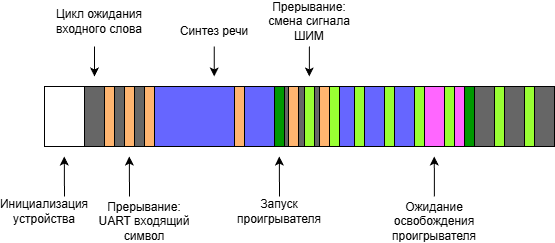
Before: cource-papers/mps/рпз/материалы/mps-Временная диаграмма использования процессорного времени.drawio.png, a diagram exported from draw.io (vzalygin/bmstu-ics6). Source tidied: cells renumbered, new cells last; positions are measured from the earlier drawing's top-left corner, leaving out a move shared by most shapes. The source it was exported from:
```xml
<mxGraphModel>
  <root>
    <mxCell id="0" />
    <mxCell id="1" parent="0" />
    <mxCell id="2" style="rounded=0;whiteSpace=wrap;html=1;fillColor=#666666;" parent="1" vertex="1">
      <mxGeometry x="40" y="80" width="510" height="60" as="geometry" />
    </mxCell>
    <mxCell id="3" style="rounded=0;whiteSpace=wrap;html=1;fillColor=#FFB570;" parent="1" vertex="1">
      <mxGeometry x="100" y="80" width="10" height="60" as="geometry" />
    </mxCell>
    <mxCell id="4" style="rounded=0;whiteSpace=wrap;html=1;fillColor=#FFB570;" parent="1" vertex="1">
      <mxGeometry x="120" y="80" width="10" height="60" as="geometry" />
    </mxCell>
    <mxCell id="5" style="endArrow=classic;html=1;rounded=0;" parent="1" edge="1">
      <mxGeometry relative="1" as="geometry">
        <mxPoint x="125" y="190" as="sourcePoint" />
        <mxPoint x="124.8" y="150" as="targetPoint" />
      </mxGeometry>
    </mxCell>
    <mxCell id="6" value="Прерывание: UART входящий символ" style="text;html=1;whiteSpace=wrap;strokeColor=none;fillColor=none;align=center;verticalAlign=middle;rounded=0;" parent="1" vertex="1">
      <mxGeometry x="90" y="200" width="100" height="30" as="geometry" />
    </mxCell>
    <mxCell id="7" style="rounded=0;whiteSpace=wrap;html=1;fillColor=#FFFFFF;" parent="1" vertex="1">
      <mxGeometry x="40" y="80" width="40" height="60" as="geometry" />
    </mxCell>
    <mxCell id="8" style="endArrow=classic;html=1;rounded=0;exitX=0.75;exitY=0;exitDx=0;exitDy=0;" parent="1" edge="1" source="9">
      <mxGeometry relative="1" as="geometry">
        <mxPoint x="59.8" y="150" as="targetPoint" />
      </mxGeometry>
    </mxCell>
    <mxCell id="9" value="Инициализация устройства" style="text;html=1;whiteSpace=wrap;strokeColor=none;fillColor=none;align=center;verticalAlign=middle;rounded=0;" parent="1" vertex="1">
      <mxGeometry y="190" width="80" height="30" as="geometry" />
    </mxCell>
    <mxCell id="10" style="endArrow=classic;html=1;rounded=0;" parent="1" edge="1">
      <mxGeometry relative="1" as="geometry">
        <mxPoint x="90" y="40" as="sourcePoint" />
        <mxPoint x="90" y="70" as="targetPoint" />
      </mxGeometry>
    </mxCell>
    <mxCell id="11" value="Цикл ожидания входного слова" style="text;html=1;whiteSpace=wrap;strokeColor=none;fillColor=none;align=center;verticalAlign=middle;rounded=0;" parent="1" vertex="1">
      <mxGeometry x="50" width="90" height="30" as="geometry" />
    </mxCell>
    <mxCell id="12" style="rounded=0;whiteSpace=wrap;html=1;fillColor=#FFB570;" parent="1" vertex="1">
      <mxGeometry x="140" y="80" width="10" height="60" as="geometry" />
    </mxCell>
    <mxCell id="13" style="rounded=0;whiteSpace=wrap;html=1;fillColor=#6666FF;" parent="1" vertex="1">
      <mxGeometry x="150" y="80" width="120" height="60" as="geometry" />
    </mxCell>
    <mxCell id="14" style="endArrow=classic;html=1;rounded=0;" parent="1" edge="1">
      <mxGeometry relative="1" as="geometry">
        <mxPoint x="209.7" y="40" as="sourcePoint" />
        <mxPoint x="209.7" y="70" as="targetPoint" />
      </mxGeometry>
    </mxCell>
    <mxCell id="15" value="Синтез речи" style="text;html=1;whiteSpace=wrap;strokeColor=none;fillColor=none;align=center;verticalAlign=middle;rounded=0;" parent="1" vertex="1">
      <mxGeometry x="165" y="10" width="90" height="30" as="geometry" />
    </mxCell>
    <mxCell id="16" style="rounded=0;whiteSpace=wrap;html=1;fillColor=#FFB570;" parent="1" vertex="1">
      <mxGeometry x="230" y="80" width="10" height="60" as="geometry" />
    </mxCell>
    <mxCell id="17" style="rounded=0;whiteSpace=wrap;html=1;fillColor=#009900;" parent="1" vertex="1">
      <mxGeometry x="270" y="80" width="10" height="60" as="geometry" />
    </mxCell>
    <mxCell id="18" style="endArrow=classic;html=1;rounded=0;" parent="1" edge="1">
      <mxGeometry relative="1" as="geometry">
        <mxPoint x="275" y="190" as="sourcePoint" />
        <mxPoint x="274.8" y="150" as="targetPoint" />
      </mxGeometry>
    </mxCell>
    <mxCell id="19" value="Запуск проигрывателя" style="text;html=1;whiteSpace=wrap;strokeColor=none;fillColor=none;align=center;verticalAlign=middle;rounded=0;" parent="1" vertex="1">
      <mxGeometry x="265" y="190" width="20" height="30" as="geometry" />
    </mxCell>
    <mxCell id="20" style="rounded=0;whiteSpace=wrap;html=1;fillColor=#99FF33;" parent="1" vertex="1">
      <mxGeometry x="300" y="80" width="10" height="60" as="geometry" />
    </mxCell>
    <mxCell id="21" style="endArrow=classic;html=1;rounded=0;" parent="1" edge="1">
      <mxGeometry relative="1" as="geometry">
        <mxPoint x="304.8" y="40" as="sourcePoint" />
        <mxPoint x="304.8" y="70" as="targetPoint" />
      </mxGeometry>
    </mxCell>
    <mxCell id="22" value="Прерывание: смена сигнала ШИМ" style="text;html=1;whiteSpace=wrap;strokeColor=none;fillColor=none;align=center;verticalAlign=middle;rounded=0;" parent="1" vertex="1">
      <mxGeometry x="260" width="90" height="30" as="geometry" />
    </mxCell>
    <mxCell id="23" style="rounded=0;whiteSpace=wrap;html=1;fillColor=#FFB570;" parent="1" vertex="1">
      <mxGeometry x="284" y="80" width="10" height="60" as="geometry" />
    </mxCell>
    <mxCell id="24" style="rounded=0;whiteSpace=wrap;html=1;fillColor=#FFB570;" parent="1" vertex="1">
      <mxGeometry x="315" y="80" width="10" height="60" as="geometry" />
    </mxCell>
    <mxCell id="25" style="rounded=0;whiteSpace=wrap;html=1;fillColor=#6666FF;" parent="1" vertex="1">
      <mxGeometry x="335" y="80" width="45" height="60" as="geometry" />
    </mxCell>
    <mxCell id="26" style="rounded=0;whiteSpace=wrap;html=1;fillColor=#99FF33;" parent="1" vertex="1">
      <mxGeometry x="350" y="80" width="10" height="60" as="geometry" />
    </mxCell>
    <mxCell id="27" style="rounded=0;whiteSpace=wrap;html=1;fillColor=#99FF33;" parent="1" vertex="1">
      <mxGeometry x="380" y="80" width="10" height="60" as="geometry" />
    </mxCell>
    <mxCell id="28" style="rounded=0;whiteSpace=wrap;html=1;fillColor=#99FF33;" parent="1" vertex="1">
      <mxGeometry x="410" y="80" width="10" height="60" as="geometry" />
    </mxCell>
    <mxCell id="29" style="endArrow=classic;html=1;rounded=0;" parent="1" edge="1">
      <mxGeometry relative="1" as="geometry">
        <mxPoint x="429.9" y="190" as="sourcePoint" />
        <mxPoint x="429.8" y="150" as="targetPoint" />
      </mxGeometry>
    </mxCell>
    <mxCell id="30" value="Ожидание освобождения проигрывателя" style="text;html=1;whiteSpace=wrap;strokeColor=none;fillColor=none;align=center;verticalAlign=middle;rounded=0;" parent="1" vertex="1">
      <mxGeometry x="420" y="200" width="20" height="30" as="geometry" />
    </mxCell>
    <mxCell id="31" style="rounded=0;whiteSpace=wrap;html=1;fillColor=#009900;" parent="1" vertex="1">
      <mxGeometry x="460" y="80" width="10" height="60" as="geometry" />
    </mxCell>
    <mxCell id="32" style="rounded=0;whiteSpace=wrap;html=1;fillColor=#99FF33;" parent="1" vertex="1">
      <mxGeometry x="325" y="80" width="10" height="60" as="geometry" />
    </mxCell>
    <mxCell id="33" style="rounded=0;whiteSpace=wrap;html=1;fillColor=#99FF33;" parent="1" vertex="1">
      <mxGeometry x="440" y="80" width="10" height="60" as="geometry" />
    </mxCell>
    <mxCell id="34" style="rounded=0;whiteSpace=wrap;html=1;fillColor=#99FF33;" parent="1" vertex="1">
      <mxGeometry x="490" y="80" width="10" height="60" as="geometry" />
    </mxCell>
    <mxCell id="35" style="rounded=0;whiteSpace=wrap;html=1;fillColor=#99FF33;" parent="1" vertex="1">
      <mxGeometry x="520" y="80" width="10" height="60" as="geometry" />
    </mxCell>
    <mxCell id="36" style="rounded=0;whiteSpace=wrap;html=1;fillColor=#FF66FF;" parent="1" vertex="1">
      <mxGeometry x="420" y="80" width="20" height="60" as="geometry" />
    </mxCell>
    <mxCell id="37" style="rounded=0;whiteSpace=wrap;html=1;fillColor=#6666FF;" parent="1" vertex="1">
      <mxGeometry x="390" y="80" width="20" height="60" as="geometry" />
    </mxCell>
    <mxCell id="38" style="rounded=0;whiteSpace=wrap;html=1;fillColor=#FF66FF;" parent="1" vertex="1">
      <mxGeometry x="450" y="80" width="10" height="60" as="geometry" />
    </mxCell>
  </root>
</mxGraphModel>
```
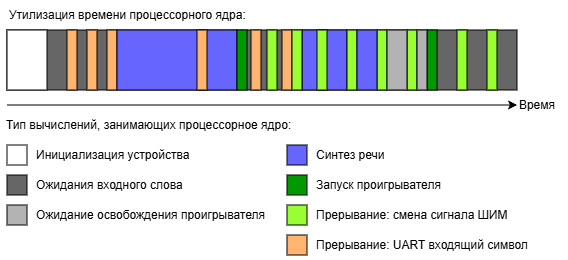
After the change.

The edit, as a diff of the source:
```diff
@@ -11,77 +11,24 @@
     <mxCell id="4" style="rounded=0;whiteSpace=wrap;html=1;fillColor=#FFB570;" parent="1" vertex="1">
       <mxGeometry x="120" y="80" width="10" height="60" as="geometry" />
     </mxCell>
-    <mxCell id="5" style="endArrow=classic;html=1;rounded=0;" parent="1" edge="1">
-      <mxGeometry relative="1" as="geometry">
-        <mxPoint x="125" y="190" as="sourcePoint" />
-        <mxPoint x="124.8" y="150" as="targetPoint" />
-      </mxGeometry>
-    </mxCell>
-    <mxCell id="6" value="Прерывание: UART входящий символ" style="text;html=1;whiteSpace=wrap;strokeColor=none;fillColor=none;align=center;verticalAlign=middle;rounded=0;" parent="1" vertex="1">
-      <mxGeometry x="90" y="200" width="100" height="30" as="geometry" />
-    </mxCell>
     <mxCell id="7" style="rounded=0;whiteSpace=wrap;html=1;fillColor=#FFFFFF;" parent="1" vertex="1">
       <mxGeometry x="40" y="80" width="40" height="60" as="geometry" />
     </mxCell>
-    <mxCell id="8" style="endArrow=classic;html=1;rounded=0;exitX=0.75;exitY=0;exitDx=0;exitDy=0;" parent="1" edge="1" source="9">
-      <mxGeometry relative="1" as="geometry">
-        <mxPoint x="59.8" y="150" as="targetPoint" />
-      </mxGeometry>
-    </mxCell>
-    <mxCell id="9" value="Инициализация устройства" style="text;html=1;whiteSpace=wrap;strokeColor=none;fillColor=none;align=center;verticalAlign=middle;rounded=0;" parent="1" vertex="1">
-      <mxGeometry y="190" width="80" height="30" as="geometry" />
-    </mxCell>
-    <mxCell id="10" style="endArrow=classic;html=1;rounded=0;" parent="1" edge="1">
-      <mxGeometry relative="1" as="geometry">
-        <mxPoint x="90" y="40" as="sourcePoint" />
-        <mxPoint x="90" y="70" as="targetPoint" />
-      </mxGeometry>
-    </mxCell>
-    <mxCell id="11" value="Цикл ожидания входного слова" style="text;html=1;whiteSpace=wrap;strokeColor=none;fillColor=none;align=center;verticalAlign=middle;rounded=0;" parent="1" vertex="1">
-      <mxGeometry x="50" width="90" height="30" as="geometry" />
-    </mxCell>
     <mxCell id="12" style="rounded=0;whiteSpace=wrap;html=1;fillColor=#FFB570;" parent="1" vertex="1">
       <mxGeometry x="140" y="80" width="10" height="60" as="geometry" />
     </mxCell>
     <mxCell id="13" style="rounded=0;whiteSpace=wrap;html=1;fillColor=#6666FF;" parent="1" vertex="1">
       <mxGeometry x="150" y="80" width="120" height="60" as="geometry" />
     </mxCell>
-    <mxCell id="14" style="endArrow=classic;html=1;rounded=0;" parent="1" edge="1">
-      <mxGeometry relative="1" as="geometry">
-        <mxPoint x="209.7" y="40" as="sourcePoint" />
-        <mxPoint x="209.7" y="70" as="targetPoint" />
-      </mxGeometry>
-    </mxCell>
-    <mxCell id="15" value="Синтез речи" style="text;html=1;whiteSpace=wrap;strokeColor=none;fillColor=none;align=center;verticalAlign=middle;rounded=0;" parent="1" vertex="1">
-      <mxGeometry x="165" y="10" width="90" height="30" as="geometry" />
-    </mxCell>
     <mxCell id="16" style="rounded=0;whiteSpace=wrap;html=1;fillColor=#FFB570;" parent="1" vertex="1">
       <mxGeometry x="230" y="80" width="10" height="60" as="geometry" />
     </mxCell>
     <mxCell id="17" style="rounded=0;whiteSpace=wrap;html=1;fillColor=#009900;" parent="1" vertex="1">
       <mxGeometry x="270" y="80" width="10" height="60" as="geometry" />
     </mxCell>
-    <mxCell id="18" style="endArrow=classic;html=1;rounded=0;" parent="1" edge="1">
-      <mxGeometry relative="1" as="geometry">
-        <mxPoint x="275" y="190" as="sourcePoint" />
-        <mxPoint x="274.8" y="150" as="targetPoint" />
-      </mxGeometry>
-    </mxCell>
-    <mxCell id="19" value="Запуск проигрывателя" style="text;html=1;whiteSpace=wrap;strokeColor=none;fillColor=none;align=center;verticalAlign=middle;rounded=0;" parent="1" vertex="1">
-      <mxGeometry x="265" y="190" width="20" height="30" as="geometry" />
-    </mxCell>
     <mxCell id="20" style="rounded=0;whiteSpace=wrap;html=1;fillColor=#99FF33;" parent="1" vertex="1">
       <mxGeometry x="300" y="80" width="10" height="60" as="geometry" />
     </mxCell>
-    <mxCell id="21" style="endArrow=classic;html=1;rounded=0;" parent="1" edge="1">
-      <mxGeometry relative="1" as="geometry">
-        <mxPoint x="304.8" y="40" as="sourcePoint" />
-        <mxPoint x="304.8" y="70" as="targetPoint" />
-      </mxGeometry>
-    </mxCell>
-    <mxCell id="22" value="Прерывание: смена сигнала ШИМ" style="text;html=1;whiteSpace=wrap;strokeColor=none;fillColor=none;align=center;verticalAlign=middle;rounded=0;" parent="1" vertex="1">
-      <mxGeometry x="260" width="90" height="30" as="geometry" />
-    </mxCell>
     <mxCell id="23" style="rounded=0;whiteSpace=wrap;html=1;fillColor=#FFB570;" parent="1" vertex="1">
       <mxGeometry x="284" y="80" width="10" height="60" as="geometry" />
     </mxCell>
@@ -100,15 +47,6 @@
     <mxCell id="28" style="rounded=0;whiteSpace=wrap;html=1;fillColor=#99FF33;" parent="1" vertex="1">
       <mxGeometry x="410" y="80" width="10" height="60" as="geometry" />
     </mxCell>
-    <mxCell id="29" style="endArrow=classic;html=1;rounded=0;" parent="1" edge="1">
-      <mxGeometry relative="1" as="geometry">
-        <mxPoint x="429.9" y="190" as="sourcePoint" />
-        <mxPoint x="429.8" y="150" as="targetPoint" />
-      </mxGeometry>
-    </mxCell>
-    <mxCell id="30" value="Ожидание освобождения проигрывателя" style="text;html=1;whiteSpace=wrap;strokeColor=none;fillColor=none;align=center;verticalAlign=middle;rounded=0;" parent="1" vertex="1">
-      <mxGeometry x="420" y="200" width="20" height="30" as="geometry" />
-    </mxCell>
     <mxCell id="31" style="rounded=0;whiteSpace=wrap;html=1;fillColor=#009900;" parent="1" vertex="1">
       <mxGeometry x="460" y="80" width="10" height="60" as="geometry" />
     </mxCell>
@@ -124,14 +62,71 @@
     <mxCell id="35" style="rounded=0;whiteSpace=wrap;html=1;fillColor=#99FF33;" parent="1" vertex="1">
       <mxGeometry x="520" y="80" width="10" height="60" as="geometry" />
     </mxCell>
-    <mxCell id="36" style="rounded=0;whiteSpace=wrap;html=1;fillColor=#FF66FF;" parent="1" vertex="1">
+    <mxCell id="36" style="rounded=0;whiteSpace=wrap;html=1;fillColor=light-dark(#b3b3b3, #cd4acd);" parent="1" vertex="1">
       <mxGeometry x="420" y="80" width="20" height="60" as="geometry" />
     </mxCell>
     <mxCell id="37" style="rounded=0;whiteSpace=wrap;html=1;fillColor=#6666FF;" parent="1" vertex="1">
       <mxGeometry x="390" y="80" width="20" height="60" as="geometry" />
     </mxCell>
-    <mxCell id="38" style="rounded=0;whiteSpace=wrap;html=1;fillColor=#FF66FF;" parent="1" vertex="1">
+    <mxCell id="38" style="rounded=0;whiteSpace=wrap;html=1;fillColor=light-dark(#b3b3b3, #cd4acd);" parent="1" vertex="1">
       <mxGeometry x="450" y="80" width="10" height="60" as="geometry" />
     </mxCell>
+    <mxCell id="39" style="endArrow=classic;html=1;rounded=0;" parent="1" edge="1">
+      <mxGeometry relative="1" as="geometry">
+        <mxPoint x="40" y="155" as="sourcePoint" />
+        <mxPoint x="550" y="155" as="targetPoint" />
+      </mxGeometry>
+    </mxCell>
+    <mxCell id="40" value="Время" style="text;html=1;whiteSpace=wrap;strokeColor=none;fillColor=none;align=center;verticalAlign=middle;rounded=0;" parent="1" vertex="1">
+      <mxGeometry x="540" y="140" width="60" height="30" as="geometry" />
+    </mxCell>
+    <mxCell id="41" style="rounded=0;whiteSpace=wrap;html=1;fillColor=light-dark(#FFFFFF,#EDEDED);" parent="1" vertex="1">
+      <mxGeometry x="40" y="195" width="20" height="20" as="geometry" />
+    </mxCell>
+    <mxCell id="9" value="Инициализация устройства" style="text;html=1;whiteSpace=wrap;strokeColor=none;fillColor=none;align=left;verticalAlign=middle;rounded=0;" parent="1" vertex="1">
+      <mxGeometry x="67" y="190" width="203" height="30" as="geometry" />
+    </mxCell>
+    <mxCell id="42" style="rounded=0;whiteSpace=wrap;html=1;fillColor=light-dark(#666666, #EDEDED);" parent="1" vertex="1">
+      <mxGeometry x="40" y="225" width="20" height="20" as="geometry" />
+    </mxCell>
+    <mxCell id="43" value="Ожидания входного слова" style="text;html=1;whiteSpace=wrap;strokeColor=none;fillColor=none;align=left;verticalAlign=middle;rounded=0;" parent="1" vertex="1">
+      <mxGeometry x="67" y="220" width="213" height="30" as="geometry" />
+    </mxCell>
+    <mxCell id="44" style="rounded=0;whiteSpace=wrap;html=1;fillColor=light-dark(#ffb570, #EDEDED);" parent="1" vertex="1">
+      <mxGeometry x="320" y="285" width="20" height="20" as="geometry" />
+    </mxCell>
+    <mxCell id="6" value="&lt;span style=&quot;text-align: center;&quot;&gt;Прерывание: UART входящий символ&lt;/span&gt;" style="text;html=1;whiteSpace=wrap;strokeColor=none;fillColor=none;align=left;verticalAlign=middle;rounded=0;" parent="1" vertex="1">
+      <mxGeometry x="347" y="280" width="233" height="30" as="geometry" />
+    </mxCell>
+    <mxCell id="45" style="rounded=0;whiteSpace=wrap;html=1;fillColor=light-dark(#6666ff, #EDEDED);" parent="1" vertex="1">
+      <mxGeometry x="320" y="195" width="20" height="20" as="geometry" />
+    </mxCell>
+    <mxCell id="15" value="&lt;span style=&quot;text-align: center;&quot;&gt;Синтез речи&lt;/span&gt;" style="text;html=1;whiteSpace=wrap;strokeColor=none;fillColor=none;align=left;verticalAlign=middle;rounded=0;" parent="1" vertex="1">
+      <mxGeometry x="347" y="190" width="113" height="30" as="geometry" />
+    </mxCell>
+    <mxCell id="46" style="rounded=0;whiteSpace=wrap;html=1;fillColor=light-dark(#009900, #EDEDED);" parent="1" vertex="1">
+      <mxGeometry x="320" y="225" width="20" height="20" as="geometry" />
+    </mxCell>
+    <mxCell id="19" value="&lt;span style=&quot;text-align: center;&quot;&gt;Запуск проигрывателя&lt;/span&gt;" style="text;html=1;whiteSpace=wrap;strokeColor=none;fillColor=none;align=left;verticalAlign=middle;rounded=0;" parent="1" vertex="1">
+      <mxGeometry x="347" y="220" width="173" height="30" as="geometry" />
+    </mxCell>
+    <mxCell id="47" style="rounded=0;whiteSpace=wrap;html=1;fillColor=light-dark(#99ff33, #EDEDED);" parent="1" vertex="1">
+      <mxGeometry x="320" y="255" width="20" height="20" as="geometry" />
+    </mxCell>
+    <mxCell id="22" value="&lt;span style=&quot;text-align: center;&quot;&gt;Прерывание: смена сигнала ШИМ&lt;/span&gt;" style="text;html=1;whiteSpace=wrap;strokeColor=none;fillColor=none;align=left;verticalAlign=middle;rounded=0;" parent="1" vertex="1">
+      <mxGeometry x="347" y="250" width="213" height="30" as="geometry" />
+    </mxCell>
+    <mxCell id="48" style="rounded=0;whiteSpace=wrap;html=1;fillColor=light-dark(#B3B3B3,#EDEDED);" parent="1" vertex="1">
+      <mxGeometry x="40" y="255" width="20" height="20" as="geometry" />
+    </mxCell>
+    <mxCell id="30" value="&lt;span style=&quot;text-align: center;&quot;&gt;Ожидание освобождения проигрывателя&lt;/span&gt;" style="text;html=1;whiteSpace=wrap;strokeColor=none;fillColor=none;align=left;verticalAlign=middle;rounded=0;" parent="1" vertex="1">
+      <mxGeometry x="67" y="250" width="233" height="30" as="geometry" />
+    </mxCell>
+    <mxCell id="49" value="Тип вычислений, занимающих процессорное ядро:" style="text;html=1;whiteSpace=wrap;strokeColor=none;fillColor=none;align=left;verticalAlign=middle;rounded=0;" parent="1" vertex="1">
+      <mxGeometry x="37" y="160" width="310" height="30" as="geometry" />
+    </mxCell>
+    <mxCell id="50" value="Утилизация времени процессорного ядра:" style="text;html=1;whiteSpace=wrap;strokeColor=none;fillColor=none;align=left;verticalAlign=middle;rounded=0;" parent="1" vertex="1">
+      <mxGeometry x="40" y="50" width="310" height="30" as="geometry" />
+    </mxCell>
   </root>
 </mxGraphModel>
```
